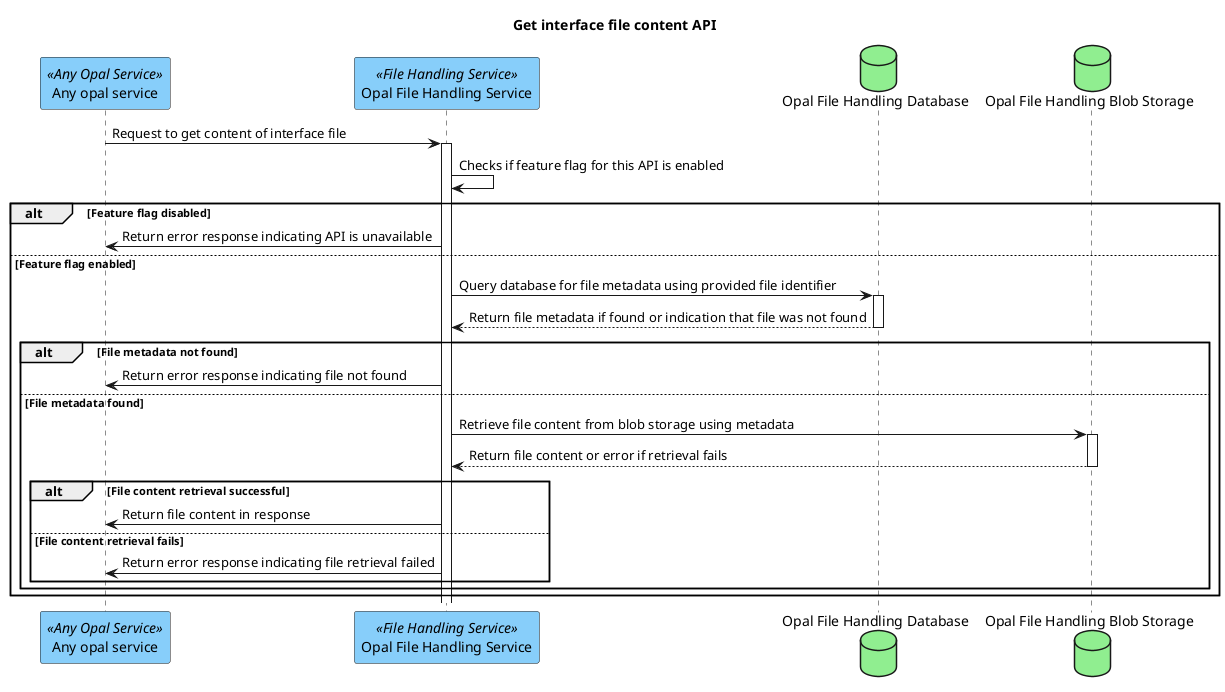
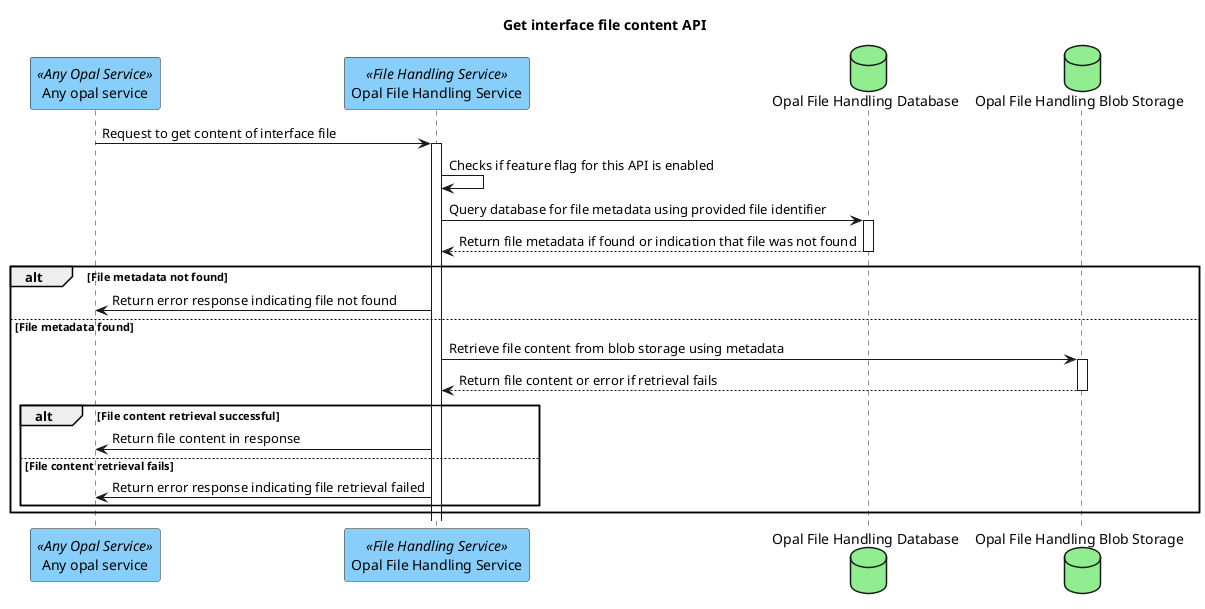
@startuml
title Get interface file content API
participant "Any opal service" as anyOpalService <<Any Opal Service>> #LightSkyBlue
participant "Opal File Handling Service" as fileHandlingService <<File Handling Service>> #LightSkyBlue
database "Opal File Handling Database" as fileHandlingDb #LightGreen
database "Opal File Handling Blob Storage" as fileHandlingBlobStorage #LightGreen

anyOpalService -> fileHandlingService ++ : Request to get content of interface file
fileHandlingService -> fileHandlingService : Checks if feature flag for this API is enabled
- alt Feature flag disabled
-    fileHandlingService -> anyOpalService : Return error response indicating API is unavailable
- else Feature flag enabled
-     fileHandlingService -> fileHandlingDb ++ : Query database for file metadata using provided file identifier
-     fileHandlingDb --> fileHandlingService -- : Return file metadata if found or indication that file was not found
-     alt File metadata not found
-         fileHandlingService -> anyOpalService : Return error response indicating file not found
-     else File metadata found
-         fileHandlingService -> fileHandlingBlobStorage ++ : Retrieve file content from blob storage using metadata
-         fileHandlingBlobStorage --> fileHandlingService --: Return file content or error if retrieval fails
-         alt File content retrieval successful
-             fileHandlingService -> anyOpalService: Return file content in response
-         else File content retrieval fails
-             fileHandlingService -> anyOpalService : Return error response indicating file retrieval failed
-         end
+ fileHandlingService -> fileHandlingDb ++ : Query database for file metadata using provided file identifier
+ fileHandlingDb --> fileHandlingService -- : Return file metadata if found or indication that file was not found
+ alt File metadata not found
+     fileHandlingService -> anyOpalService : Return error response indicating file not found
+ else File metadata found
+     fileHandlingService -> fileHandlingBlobStorage ++ : Retrieve file content from blob storage using metadata
+     fileHandlingBlobStorage --> fileHandlingService --: Return file content or error if retrieval fails
+     alt File content retrieval successful
+         fileHandlingService -> anyOpalService: Return file content in response
+     else File content retrieval fails
+         fileHandlingService -> anyOpalService : Return error response indicating file retrieval failed
    end
end
- 
- 
@enduml